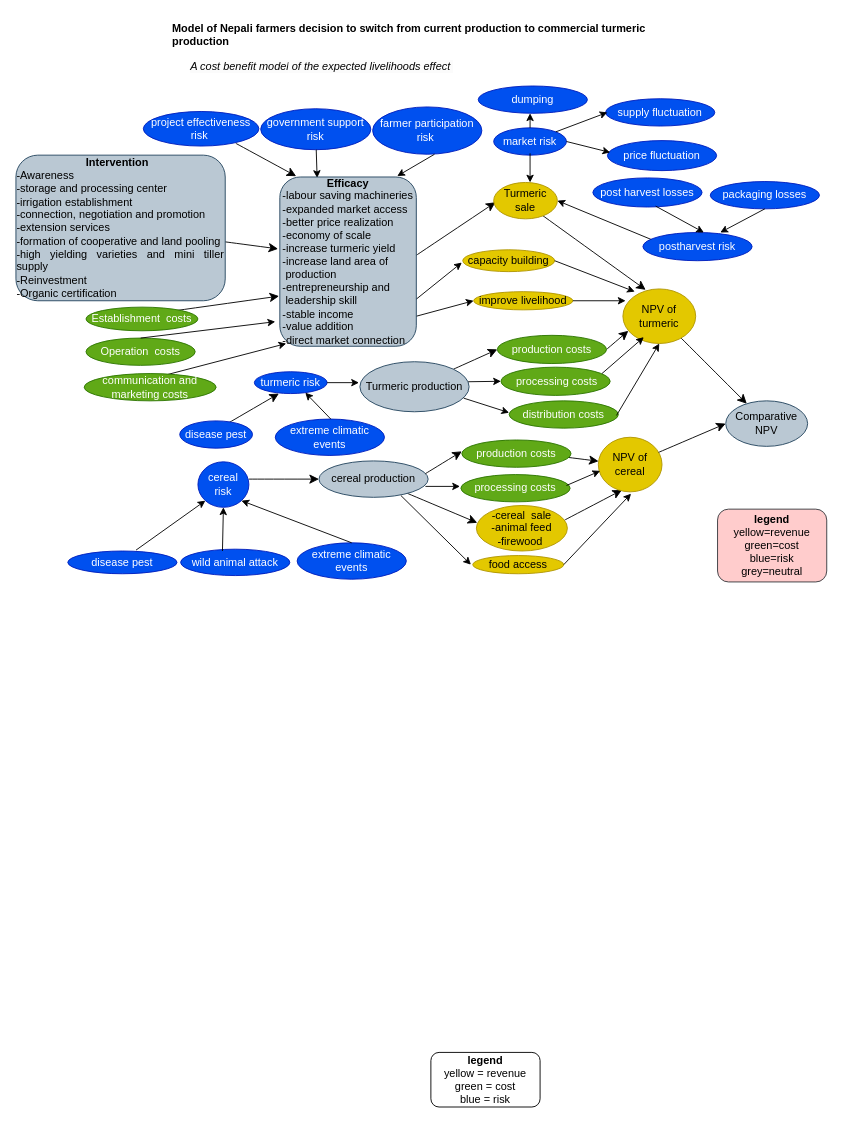
Before: Updated Diagram.drawio in AditiBista/nepal_turmeric, a draw.io diagram. Source tidied: cells renumbered, new cells numbered last; positions are measured from the earlier drawing's top-left corner, leaving out a move shared by most shapes. Both pictures are drawn from the tidied source at 91%, with x=0, y=0 at pixel (15, 15).
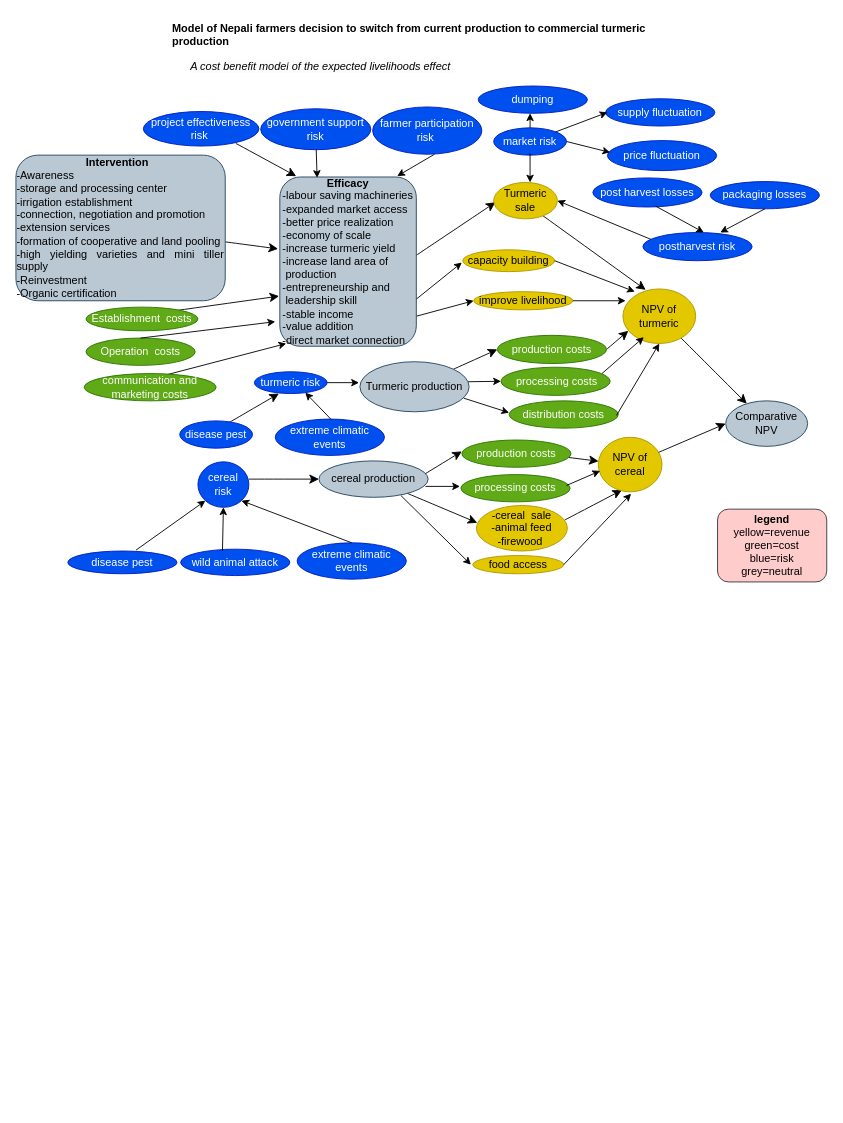
The same diagram, later.

What changed in the source:
```diff
@@
-    <mxCell id="79" value="&lt;b style=&quot;border-color: var(--border-color);&quot;&gt;legend&lt;/b&gt;&lt;br style=&quot;border-color: var(--border-color);&quot;&gt;yellow = revenue&lt;br style=&quot;border-color: var(--border-color);&quot;&gt;green = cost&lt;br style=&quot;border-color: var(--border-color);&quot;&gt;blue = risk" style="rounded=1;whiteSpace=wrap;html=1;" parent="1" vertex="1">
-      <mxGeometry x="456" y="1139" width="120" height="60" as="geometry" />
-    </mxCell>
```
